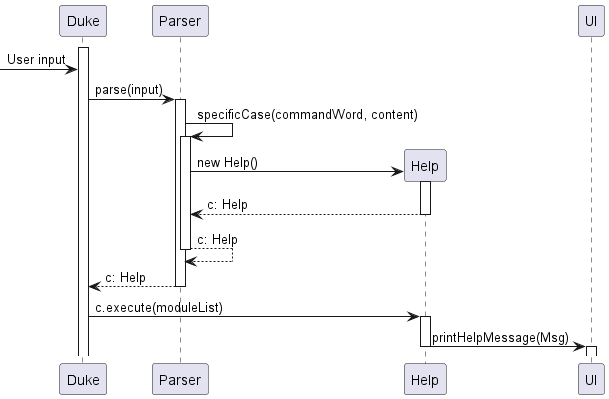
Before: docs/diagrams/HelpUML.png, a diagram exported from PlantUML (nus-cs2113-AY2223S1/tp). Source of this version:
```plantuml
@startuml
activate Duke
[-> Duke: User input
Duke -> Parser: parse(input)
activate Parser
Parser -> Parser: specificCase(commandWord, content)
activate Parser
create Help
Parser -> Help: new Help()
activate Help
return c: Help
return c: Help
return c: Help
deactivate Parser
Duke -> Help: c.execute(moduleList)
activate Help
Help -> UI: printHelpMessage(Msg)
deactivate Help
activate UI
deactivate UI

@enduml
```
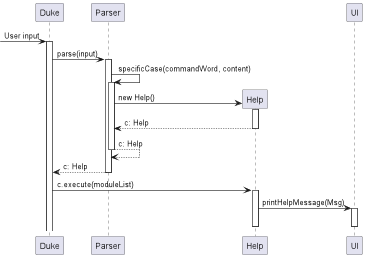
After the change.

The edit, as a diff of the source:
```diff
@@ -1,6 +1,6 @@
 @startuml
+[-> Duke: User input
 activate Duke
-[-> Duke: User input
 Duke -> Parser: parse(input)
 activate Parser
 Parser -> Parser: specificCase(commandWord, content)
@@ -15,8 +15,8 @@
 Duke -> Help: c.execute(moduleList)
 activate Help
 Help -> UI: printHelpMessage(Msg)
-deactivate Help
 activate UI
 deactivate UI
+deactivate Help
 
 @enduml
```
